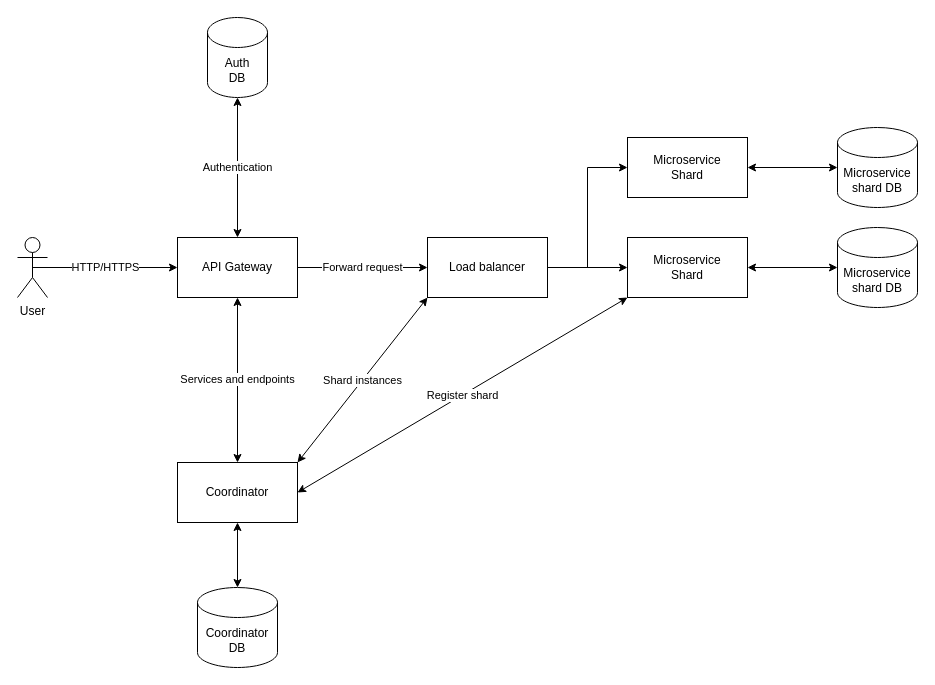
The draw.io diagram design/Overview.drawio in nfwGytautas/wdtk-cli, before the edit. Source tidied: cells renumbered, new cells numbered last; positions are measured from the earlier drawing's top-left corner, leaving out a move shared by most shapes. Both pictures are drawn from the tidied source at 100%, with x=0, y=0 at pixel (17, 17).
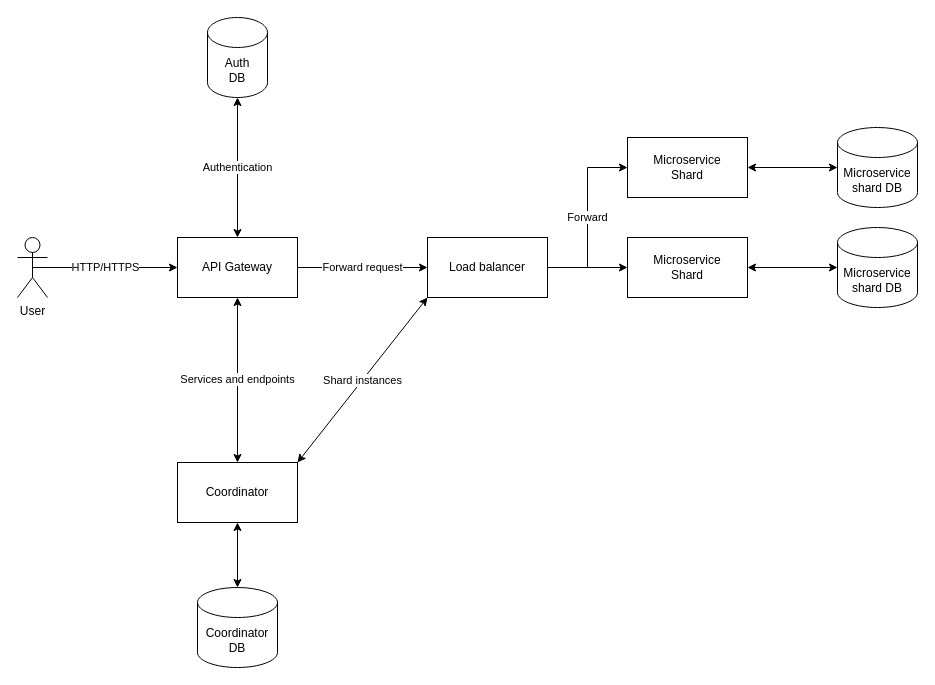
Above is the later version.

Unchanged cells that the change refers to:
```xml
<mxCell id="7" value="Coordinator" style="rounded=0;whiteSpace=wrap;html=1;" parent="1" vertex="1">
  <mxGeometry x="160" y="445" width="120" height="60" as="geometry" />
</mxCell>
<mxCell id="10" value="Load balancer" style="rounded=0;whiteSpace=wrap;html=1;" parent="1" vertex="1">
  <mxGeometry x="410" y="220" width="120" height="60" as="geometry" />
</mxCell>
<mxCell id="12" value="Microservice&lt;br&gt;Shard" style="whiteSpace=wrap;html=1;rounded=0;" parent="1" vertex="1">
  <mxGeometry x="610" y="220" width="120" height="60" as="geometry" />
</mxCell>
<mxCell id="19" value="Microservice&lt;br&gt;Shard" style="whiteSpace=wrap;html=1;rounded=0;" parent="1" vertex="1">
  <mxGeometry x="610" y="120" width="120" height="60" as="geometry" />
</mxCell>
```

What changed in the source:
```diff
@@
-    <mxCell id="9" style="edgeStyle=orthogonalEdgeStyle;rounded=0;jettySize=auto;html=1;exitX=1;exitY=0.5;exitDx=0;exitDy=0;entryX=0;entryY=0.5;entryDx=0;entryDy=0;strokeColor=default;" parent="1" edge="1" source="10" target="19">
+    <mxCell id="9" value="Forward" style="edgeStyle=orthogonalEdgeStyle;rounded=0;jettySize=auto;html=1;exitX=1;exitY=0.5;exitDx=0;exitDy=0;entryX=0;entryY=0.5;entryDx=0;entryDy=0;strokeColor=default;" parent="1" edge="1" source="10" target="19">
       <mxGeometry relative="1" as="geometry" />
     </mxCell>
@@
-    <mxCell id="11" value="Register shard" style="rounded=0;jettySize=auto;html=1;exitX=0;exitY=1;exitDx=0;exitDy=0;entryX=1;entryY=0.5;entryDx=0;entryDy=0;strokeColor=default;startArrow=classic;startFill=1;" parent="1" edge="1" source="12" target="7">
-      <mxGeometry relative="1" as="geometry" />
-    </mxCell>
```
